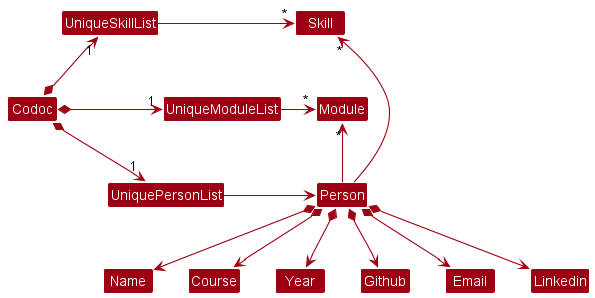
This is docs/images/BetterModelClassDiagram.png from nus-cs2103-AY2223S2/tp, a PlantUML export, as it was before one commit.
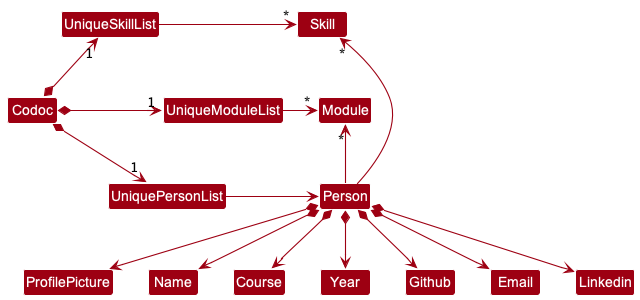
The same file after the commit.

The edit, as a diff of the source:
```diff
@@ -18,6 +18,7 @@
 Person -up-> "*" Skill
 Person -up-> "*" Module
 
+Person *--> ProfilePicture
 Person *--> Name
 Person *--> Course
 Person *--> Year
```
